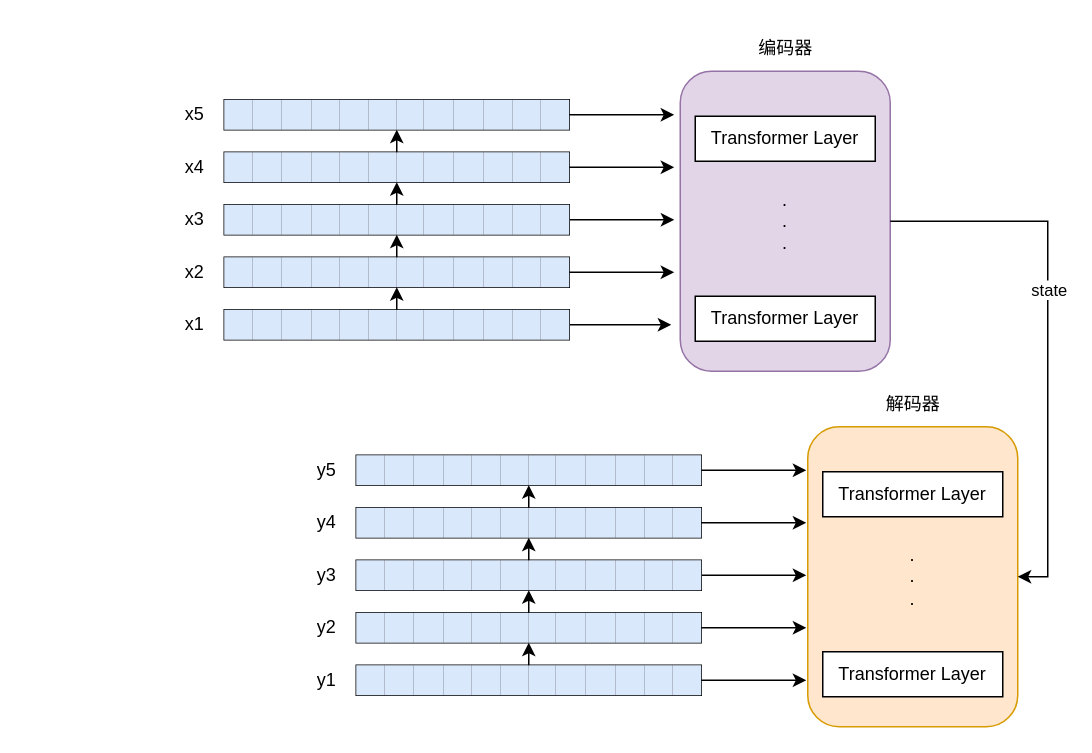
This is 人工智能-神经网络结构.drawio from poetlife/diagrams, a draw.io file, before an edit. Source tidied: cells renumbered, new cells numbered last; positions are measured from the earlier drawing's top-left corner, leaving out a move shared by most shapes. Both pictures are drawn from the tidied source at 150%, with x=0, y=0 at pixel (164, 26).
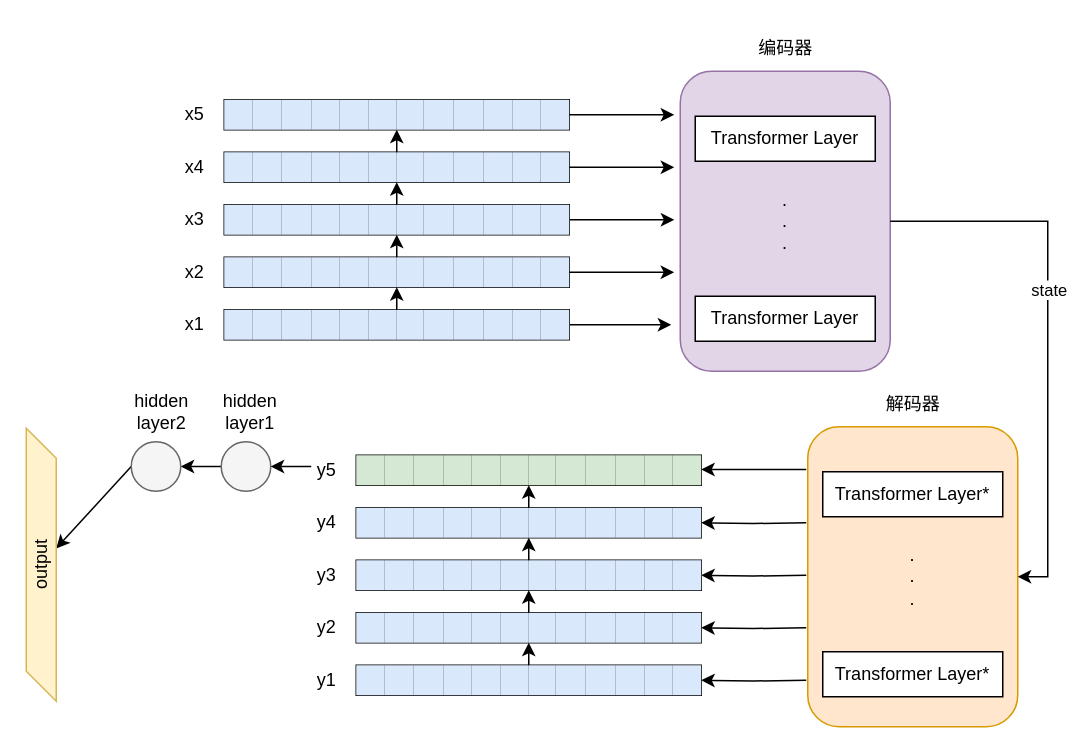
The same diagram, later.

Commit message (it also covers changes not shown here):
更新人工智能-神经网络结构.drawio

The change refers to these unchanged cells:
```xml
<mxCell id="93" style="group;" parent="1" vertex="1">
  <mxGeometry x="429" y="237" width="140" height="230" as="geometry" />
</mxCell>
<mxCell id="101" style="group;" parent="100" vertex="1">
  <mxGeometry x="30" width="280" height="180" as="geometry" />
</mxCell>
<mxCell id="102" style="shape=table;startSize=0;childLayout=tableLayout;" parent="101" vertex="1">
  <mxGeometry x="10" y="149" width="230" height="20" as="geometry" />
</mxCell>
<mxCell id="117" style="shape=tableRow;horizontal=0;startSize=0;swimlaneHead=0;swimlaneBody=0;strokeColor=inherit;top=0;left=0;bottom=0;right=0;fillColor=none;points=[[0,0.5],[1,0.5]];portConstraint=eastwest;" parent="116" vertex="1">
  <mxGeometry width="230" height="20" as="geometry" />
</mxCell>
<mxCell id="132" style="shape=table;startSize=0;childLayout=tableLayout;" parent="101" vertex="1">
  <mxGeometry x="10" y="79" width="230" height="20" as="geometry" />
</mxCell>
<mxCell id="148" style="shape=tableRow;horizontal=0;startSize=0;swimlaneHead=0;swimlaneBody=0;strokeColor=inherit;top=0;left=0;bottom=0;right=0;fillColor=none;points=[[0,0.5],[1,0.5]];portConstraint=eastwest;" parent="147" vertex="1">
  <mxGeometry width="230" height="20" as="geometry" />
</mxCell>
<mxCell id="163" style="shape=tableRow;horizontal=0;startSize=0;swimlaneHead=0;swimlaneBody=0;strokeColor=inherit;top=0;left=0;bottom=0;right=0;fillColor=none;points=[[0,0.5],[1,0.5]];portConstraint=eastwest;" parent="162" vertex="1">
  <mxGeometry width="230" height="20" as="geometry" />
</mxCell>
<mxCell id="177" value="y5" style="text;html=1;align=center;verticalAlign=middle;points=[];strokeColor=none;fillColor=none;" parent="100" vertex="1">
  <mxGeometry y="4" width="40" height="30" as="geometry" />
</mxCell>
```

Diff of the diagram source:
```diff
@@
-    <mxCell id="95" value="Transformer Layer" style="rounded=0;whiteSpace=wrap;html=1;" parent="93" vertex="1">
+    <mxCell id="95" value="Transformer Layer*" style="rounded=0;whiteSpace=wrap;html=1;" parent="93" vertex="1">
       <mxGeometry x="10" y="60" width="120" height="30" as="geometry" />
     </mxCell>
-    <mxCell id="96" value="Transformer Layer" style="rounded=0;whiteSpace=wrap;html=1;" parent="93" vertex="1">
+    <mxCell id="96" value="Transformer Layer*" style="rounded=0;whiteSpace=wrap;html=1;" parent="93" vertex="1">
       <mxGeometry x="10" y="180" width="120" height="30" as="geometry" />
     </mxCell>
@@
-    <mxCell id="131" style="edgeStyle=orthogonalEdgeStyle;rounded=0;jettySize=auto;html=1;exitX=1;exitY=0.5;exitDx=0;exitDy=0;" parent="101" edge="1" source="132">
+    <mxCell id="131" style="edgeStyle=orthogonalEdgeStyle;rounded=0;jettySize=auto;html=1;exitX=1;exitY=0.5;exitDx=0;exitDy=0;entryX=1;entryY=0.5;entryDx=0;entryDy=0;" parent="101" edge="1" target="132">
       <mxGeometry relative="1" as="geometry">
-        <mxPoint x="310" y="89" as="targetPoint" />
+        <mxPoint x="310" y="89" as="sourcePoint" />
       </mxGeometry>
     </mxCell>
@@
-    <mxCell id="164" style="shape=partialRectangle;html=1;whiteSpace=wrap;strokeColor=#6c8ebf;overflow=hidden;fillColor=#dae8fc;top=0;left=0;bottom=0;right=0;" parent="163" vertex="1">
+    <mxCell id="164" style="shape=partialRectangle;html=1;whiteSpace=wrap;strokeColor=#82b366;overflow=hidden;fillColor=#d5e8d4;top=0;left=0;bottom=0;right=0;" parent="163" vertex="1">
       <mxGeometry width="19" height="20" as="geometry" />
     </mxCell>
-    <mxCell id="165" style="shape=partialRectangle;html=1;whiteSpace=wrap;strokeColor=#6c8ebf;overflow=hidden;fillColor=#dae8fc;top=0;left=0;bottom=0;right=0;" parent="163" vertex="1">
+    <mxCell id="165" style="shape=partialRectangle;html=1;whiteSpace=wrap;strokeColor=#82b366;overflow=hidden;fillColor=#d5e8d4;top=0;left=0;bottom=0;right=0;" parent="163" vertex="1">
       <mxGeometry x="19" width="19" height="20" as="geometry" />
     </mxCell>
-    <mxCell id="166" style="shape=partialRectangle;html=1;whiteSpace=wrap;strokeColor=#6c8ebf;overflow=hidden;fillColor=#dae8fc;top=0;left=0;bottom=0;right=0;" parent="163" vertex="1">
+    <mxCell id="166" style="shape=partialRectangle;html=1;whiteSpace=wrap;strokeColor=#82b366;overflow=hidden;fillColor=#d5e8d4;top=0;left=0;bottom=0;right=0;" parent="163" vertex="1">
       <mxGeometry x="38" width="20" height="20" as="geometry" />
     </mxCell>
-    <mxCell id="167" style="shape=partialRectangle;html=1;whiteSpace=wrap;strokeColor=#6c8ebf;overflow=hidden;fillColor=#dae8fc;top=0;left=0;bottom=0;right=0;" parent="163" vertex="1">
+    <mxCell id="167" style="shape=partialRectangle;html=1;whiteSpace=wrap;strokeColor=#82b366;overflow=hidden;fillColor=#d5e8d4;top=0;left=0;bottom=0;right=0;" parent="163" vertex="1">
       <mxGeometry x="58" width="19" height="20" as="geometry" />
     </mxCell>
-    <mxCell id="168" style="shape=partialRectangle;html=1;whiteSpace=wrap;strokeColor=#6c8ebf;overflow=hidden;fillColor=#dae8fc;top=0;left=0;bottom=0;right=0;" parent="163" vertex="1">
+    <mxCell id="168" style="shape=partialRectangle;html=1;whiteSpace=wrap;strokeColor=#82b366;overflow=hidden;fillColor=#d5e8d4;top=0;left=0;bottom=0;right=0;" parent="163" vertex="1">
       <mxGeometry x="77" width="19" height="20" as="geometry" />
     </mxCell>
-    <mxCell id="169" style="shape=partialRectangle;html=1;whiteSpace=wrap;strokeColor=#6c8ebf;overflow=hidden;fillColor=#dae8fc;top=0;left=0;bottom=0;right=0;" parent="163" vertex="1">
+    <mxCell id="169" style="shape=partialRectangle;html=1;whiteSpace=wrap;strokeColor=#82b366;overflow=hidden;fillColor=#d5e8d4;top=0;left=0;bottom=0;right=0;" parent="163" vertex="1">
       <mxGeometry x="96" width="19" height="20" as="geometry" />
     </mxCell>
-    <mxCell id="170" style="shape=partialRectangle;html=1;whiteSpace=wrap;strokeColor=#6c8ebf;overflow=hidden;fillColor=#dae8fc;top=0;left=0;bottom=0;right=0;" parent="163" vertex="1">
+    <mxCell id="170" style="shape=partialRectangle;html=1;whiteSpace=wrap;strokeColor=#82b366;overflow=hidden;fillColor=#d5e8d4;top=0;left=0;bottom=0;right=0;" parent="163" vertex="1">
       <mxGeometry x="115" width="18" height="20" as="geometry" />
     </mxCell>
-    <mxCell id="171" style="shape=partialRectangle;html=1;whiteSpace=wrap;strokeColor=#6c8ebf;overflow=hidden;fillColor=#dae8fc;top=0;left=0;bottom=0;right=0;" parent="163" vertex="1">
+    <mxCell id="171" style="shape=partialRectangle;html=1;whiteSpace=wrap;strokeColor=#82b366;overflow=hidden;fillColor=#d5e8d4;top=0;left=0;bottom=0;right=0;" parent="163" vertex="1">
       <mxGeometry x="133" width="20" height="20" as="geometry" />
     </mxCell>
-    <mxCell id="172" style="shape=partialRectangle;html=1;whiteSpace=wrap;strokeColor=#6c8ebf;overflow=hidden;fillColor=#dae8fc;top=0;left=0;bottom=0;right=0;" parent="163" vertex="1">
+    <mxCell id="172" style="shape=partialRectangle;html=1;whiteSpace=wrap;strokeColor=#82b366;overflow=hidden;fillColor=#d5e8d4;top=0;left=0;bottom=0;right=0;" parent="163" vertex="1">
       <mxGeometry x="153" width="20" height="20" as="geometry" />
     </mxCell>
-    <mxCell id="173" style="shape=partialRectangle;html=1;whiteSpace=wrap;strokeColor=#6c8ebf;overflow=hidden;fillColor=#dae8fc;top=0;left=0;bottom=0;right=0;" parent="163" vertex="1">
+    <mxCell id="173" style="shape=partialRectangle;html=1;whiteSpace=wrap;strokeColor=#82b366;overflow=hidden;fillColor=#d5e8d4;top=0;left=0;bottom=0;right=0;" parent="163" vertex="1">
       <mxGeometry x="173" width="19" height="20" as="geometry" />
     </mxCell>
-    <mxCell id="174" style="shape=partialRectangle;html=1;whiteSpace=wrap;strokeColor=#6c8ebf;overflow=hidden;fillColor=#dae8fc;top=0;left=0;bottom=0;right=0;" parent="163" vertex="1">
+    <mxCell id="174" style="shape=partialRectangle;html=1;whiteSpace=wrap;strokeColor=#82b366;overflow=hidden;fillColor=#d5e8d4;top=0;left=0;bottom=0;right=0;" parent="163" vertex="1">
       <mxGeometry x="192" width="19" height="20" as="geometry" />
     </mxCell>
-    <mxCell id="175" style="shape=partialRectangle;html=1;whiteSpace=wrap;strokeColor=#6c8ebf;overflow=hidden;fillColor=#dae8fc;top=0;left=0;bottom=0;right=0;" parent="163" vertex="1">
+    <mxCell id="175" style="shape=partialRectangle;html=1;whiteSpace=wrap;strokeColor=#82b366;overflow=hidden;fillColor=#d5e8d4;top=0;left=0;bottom=0;right=0;" parent="163" vertex="1">
       <mxGeometry x="211" width="19" height="20" as="geometry" />
     </mxCell>
@@
+    <mxCell id="186" style="edgeStyle=orthogonalEdgeStyle;rounded=0;orthogonalLoop=1;jettySize=auto;html=1;exitX=1;exitY=0.5;exitDx=0;exitDy=0;entryX=-0.029;entryY=0.32;entryDx=0;entryDy=0;entryPerimeter=0;" parent="101" edge="1">
+      <mxGeometry relative="1" as="geometry">
+        <mxPoint x="310" y="18.5" as="sourcePoint" />
+        <mxPoint x="240" y="18.5" as="targetPoint" />
+        <Array as="points">
+          <mxPoint x="290" y="18.5" />
+          <mxPoint x="290" y="18.5" />
+        </Array>
+      </mxGeometry>
+    </mxCell>
@@
-    <mxCell id="182" style="edgeStyle=orthogonalEdgeStyle;rounded=0;jettySize=auto;html=1;exitX=1;exitY=0.5;exitDx=0;exitDy=0;entryX=-0.029;entryY=0.145;entryDx=0;entryDy=0;entryPerimeter=0;" parent="1" edge="1" source="163">
-      <mxGeometry relative="1" as="geometry">
-        <mxPoint x="428" y="296" as="targetPoint" />
-      </mxGeometry>
-    </mxCell>
-    <mxCell id="183" style="edgeStyle=orthogonalEdgeStyle;rounded=0;jettySize=auto;html=1;exitX=1;exitY=0.5;exitDx=0;exitDy=0;entryX=-0.029;entryY=0.32;entryDx=0;entryDy=0;entryPerimeter=0;" parent="1" edge="1" source="148">
+    <mxCell id="183" style="edgeStyle=orthogonalEdgeStyle;rounded=0;jettySize=auto;html=1;exitX=1;exitY=0.5;exitDx=0;exitDy=0;entryX=1;entryY=0.5;entryDx=0;entryDy=0;" parent="1" edge="1" target="148">
       <mxGeometry relative="1" as="geometry">
-        <mxPoint x="428" y="331" as="targetPoint" />
+        <mxPoint x="428" y="331" as="sourcePoint" />
       </mxGeometry>
     </mxCell>
-    <mxCell id="184" style="edgeStyle=orthogonalEdgeStyle;rounded=0;jettySize=auto;html=1;exitX=1;exitY=0.5;exitDx=0;exitDy=0;entryX=-0.029;entryY=0.67;entryDx=0;entryDy=0;entryPerimeter=0;" parent="1" edge="1" source="117">
+    <mxCell id="184" style="edgeStyle=orthogonalEdgeStyle;rounded=0;jettySize=auto;html=1;exitX=1;exitY=0.5;exitDx=0;exitDy=0;entryX=1;entryY=0.5;entryDx=0;entryDy=0;" parent="1" edge="1" target="117">
       <mxGeometry relative="1" as="geometry">
-        <mxPoint x="428" y="401" as="targetPoint" />
+        <mxPoint x="428" y="401" as="sourcePoint" />
       </mxGeometry>
     </mxCell>
-    <mxCell id="185" style="edgeStyle=orthogonalEdgeStyle;rounded=0;jettySize=auto;html=1;exitX=1;exitY=0.5;exitDx=0;exitDy=0;entryX=-0.029;entryY=0.845;entryDx=0;entryDy=0;entryPerimeter=0;" parent="1" edge="1" source="102">
+    <mxCell id="185" style="edgeStyle=orthogonalEdgeStyle;rounded=0;jettySize=auto;html=1;exitX=1;exitY=0.5;exitDx=0;exitDy=0;entryX=1;entryY=0.5;entryDx=0;entryDy=0;" parent="1" edge="1" target="102">
       <mxGeometry relative="1" as="geometry">
-        <mxPoint x="428" y="436" as="targetPoint" />
+        <mxPoint x="428" y="436" as="sourcePoint" />
       </mxGeometry>
     </mxCell>
+    <mxCell id="187" style="edgeStyle=orthogonalEdgeStyle;rounded=0;jettySize=auto;html=1;exitX=0;exitY=0.5;exitDx=0;exitDy=0;entryX=1;entryY=0.5;entryDx=0;entryDy=0;" parent="1" edge="1" source="188" target="190">
+      <mxGeometry relative="1" as="geometry" />
+    </mxCell>
+    <mxCell id="188" style="ellipse;whiteSpace=wrap;html=1;fillColor=#f5f5f5;fontColor=#333333;strokeColor=#666666;" parent="1" vertex="1">
+      <mxGeometry x="38" y="277" width="33" height="33" as="geometry" />
+    </mxCell>
+    <mxCell id="189" style="rounded=0;jettySize=auto;html=1;exitX=0;exitY=0.5;exitDx=0;exitDy=0;" parent="1" edge="1" source="190" target="192">
+      <mxGeometry relative="1" as="geometry" />
+    </mxCell>
+    <mxCell id="190" style="ellipse;whiteSpace=wrap;html=1;fillColor=#f5f5f5;fontColor=#333333;strokeColor=#666666;" parent="1" vertex="1">
+      <mxGeometry x="-22" y="277" width="33" height="33" as="geometry" />
+    </mxCell>
+    <mxCell id="191" style="edgeStyle=orthogonalEdgeStyle;rounded=0;jettySize=auto;html=1;exitX=0.25;exitY=0.417;exitDx=0;exitDy=0;entryX=1;entryY=0.5;entryDx=0;entryDy=0;exitPerimeter=0;" parent="1" edge="1" source="177" target="188">
+      <mxGeometry relative="1" as="geometry" />
+    </mxCell>
+    <mxCell id="192" value="output" style="shape=parallelogram;perimeter=parallelogramPerimeter;whiteSpace=wrap;html=1;fixedSize=1;direction=south;fillColor=#fff2cc;strokeColor=#d6b656;horizontal=0;" parent="1" vertex="1">
+      <mxGeometry x="-92" y="268" width="20" height="182" as="geometry" />
+    </mxCell>
+    <mxCell id="193" value="hidden&lt;br&gt;layer1" style="text;html=1;align=center;verticalAlign=middle;strokeColor=none;fillColor=none;" parent="1" vertex="1">
+      <mxGeometry x="26.5" y="237" width="60" height="40" as="geometry" />
+    </mxCell>
+    <mxCell id="194" value="hidden&lt;br&gt;layer2" style="text;html=1;align=center;verticalAlign=middle;strokeColor=none;fillColor=none;" parent="1" vertex="1">
+      <mxGeometry x="-32.5" y="237" width="60" height="40" as="geometry" />
+    </mxCell>
```
